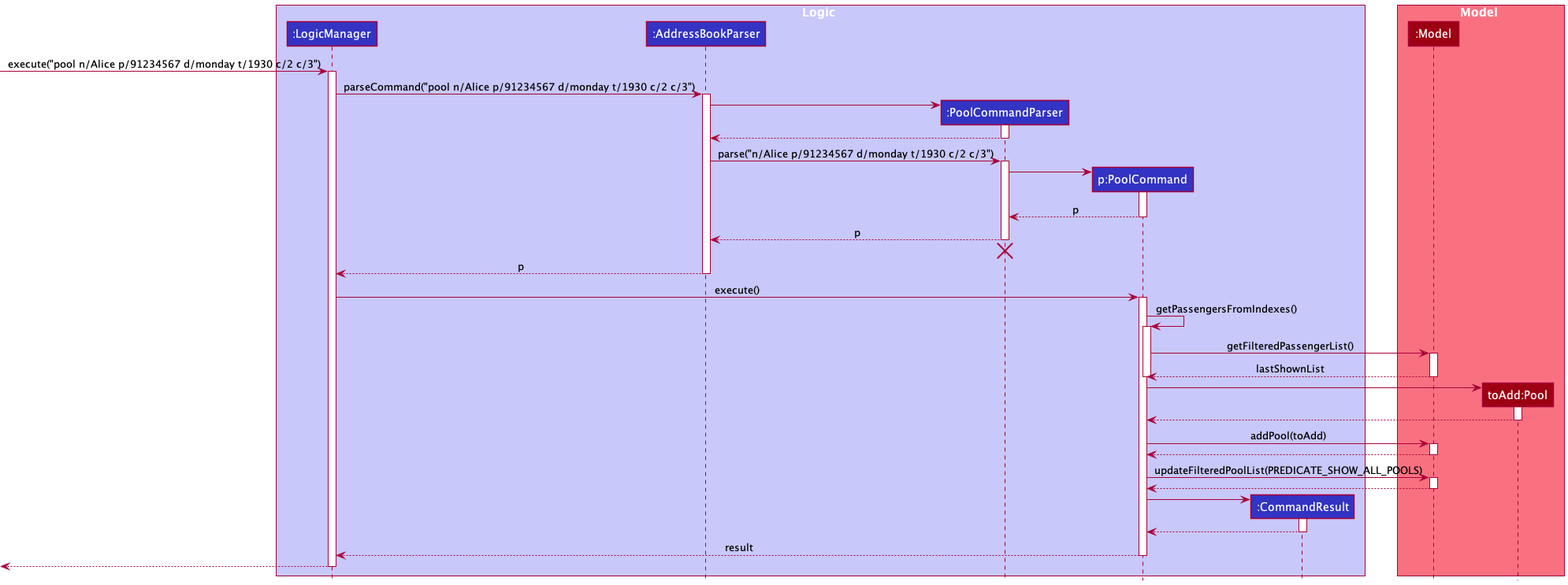
The PlantUML diagram docs/images/PoolSequenceDiagram.png in nus-cs2103-AY2021S2/tp, before a commit. Source of this version:
```plantuml
@startuml
!include style.puml

box Logic LOGIC_COLOR_T1
participant ":LogicManager" as LogicManager LOGIC_COLOR
participant ":AddressBookParser" as AddressBookParser LOGIC_COLOR
participant ":PoolCommandParser" as PoolCommandParser LOGIC_COLOR
participant "p:PoolCommand" as PoolCommand LOGIC_COLOR
participant ":CommandResult" as CommandResult LOGIC_COLOR
end box

box Model MODEL_COLOR_T1
participant ":Model" as Model MODEL_COLOR
participant "toAdd:Pool" as Pool MODEL_COLOR
end box

[-> LogicManager : execute("pool n/Alice p/91234567 d/monday t/1930 c/2 c/3")
activate LogicManager

LogicManager -> AddressBookParser : parseCommand("pool n/Alice p/91234567 d/monday t/1930 c/2 c/3")
activate AddressBookParser

create PoolCommandParser
AddressBookParser -> PoolCommandParser
activate PoolCommandParser

PoolCommandParser --> AddressBookParser
deactivate PoolCommandParser

AddressBookParser -> PoolCommandParser : parse("n/Alice p/91234567 d/monday t/1930 c/2 c/3")
activate PoolCommandParser

create PoolCommand
PoolCommandParser -> PoolCommand
activate PoolCommand

PoolCommand --> PoolCommandParser : p
deactivate PoolCommand

PoolCommandParser --> AddressBookParser : p
deactivate PoolCommandParser
PoolCommandParser -[hidden]-> AddressBookParser
destroy PoolCommandParser

AddressBookParser --> LogicManager : p
deactivate AddressBookParser

LogicManager -> PoolCommand : execute()
activate PoolCommand

PoolCommand -> PoolCommand : getPassengersFromIndexes()
activate PoolCommand

PoolCommand -> Model : getFilteredPassengerList()
activate Model

Model --> PoolCommand : lastShownList
deactivate Model
deactivate PoolCommand

create Pool
PoolCommand -> Pool
activate Pool
Pool --> PoolCommand
deactivate Pool

PoolCommand -> Model : addPool(toAdd)
activate Model
Model --> PoolCommand
deactivate Model

PoolCommand -> Model : updateFilteredPoolList(PREDICATE_SHOW_ALL_POOLS)
activate Model
Model --> PoolCommand
deactivate Model

create CommandResult
PoolCommand -> CommandResult
activate CommandResult

CommandResult --> PoolCommand
deactivate CommandResult

PoolCommand --> LogicManager : result
deactivate PoolCommand

[<--LogicManager
deactivate LogicManager
@enduml
```
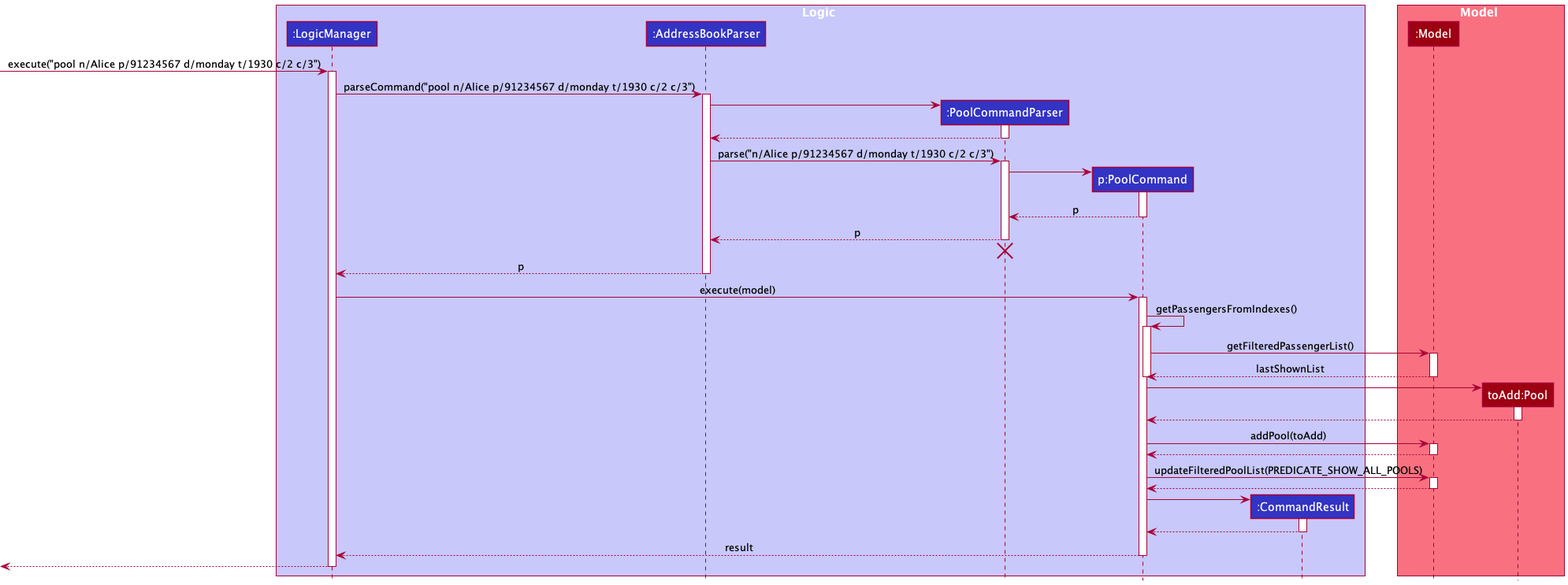
Later version of the same file.

Commit message:
Update Pool and Unpool sequence diagrams

The edit, as a diff of the source:
```diff
@@ -45,7 +45,7 @@
 AddressBookParser --> LogicManager : p
 deactivate AddressBookParser
 
-LogicManager -> PoolCommand : execute()
+LogicManager -> PoolCommand : execute(model)
 activate PoolCommand
 
 PoolCommand -> PoolCommand : getPassengersFromIndexes()
```
